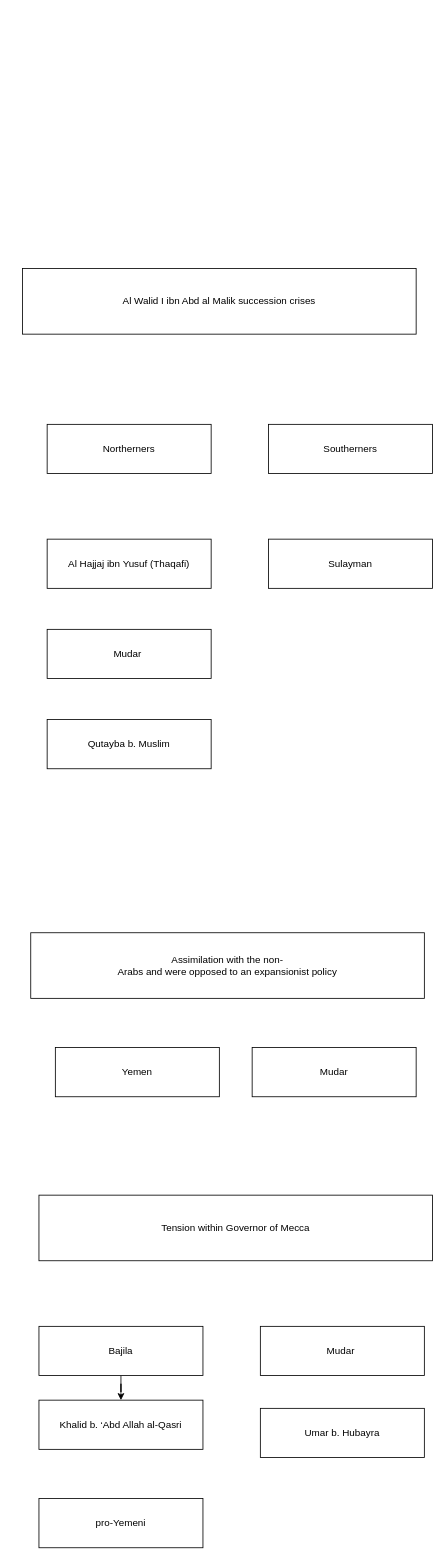
azryzdy/hobbies keeps this draw.io diagram as page "Al Walid I ibn Abd al Malik time" (10 of 21) of Islam Groupings.drawio. Above is the earlier version. Source tidied: cells renumbered, new cells numbered last; positions are measured from the earlier drawing's top-left corner, leaving out a move shared by most shapes. Both pictures are drawn from the tidied source at 82%, with x=0, y=0 at pixel (22, 268).
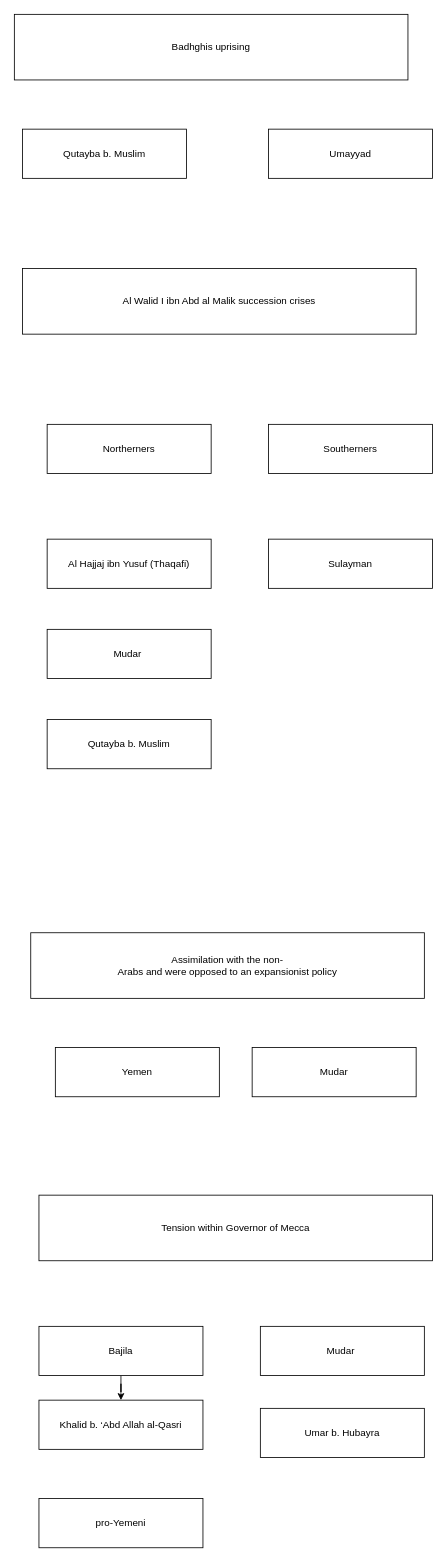
The same page after the edit.

Diff of the diagram source:
```diff
@@
+    <mxCell id="19" value="Badhghis uprising" style="rounded=0;whiteSpace=wrap;html=1;" parent="1" vertex="1">
+      <mxGeometry x="-10" y="-310" width="480" height="80" as="geometry" />
+    </mxCell>
+    <mxCell id="20" value="Qutayba b. Muslim" style="rounded=0;whiteSpace=wrap;html=1;" parent="1" vertex="1">
+      <mxGeometry y="-170" width="200" height="60" as="geometry" />
+    </mxCell>
+    <mxCell id="21" value="Umayyad" style="rounded=0;whiteSpace=wrap;html=1;" parent="1" vertex="1">
+      <mxGeometry x="300" y="-170" width="200" height="60" as="geometry" />
+    </mxCell>
```
